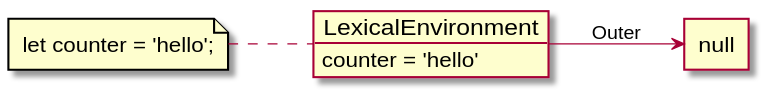
Before: static/svg/LexicalEnvironmentDeclaration.svg, a diagram exported from PlantUML (znanjie/rerurn-true-to-win). Its diagram source:
```plantuml
@startuml LexicalEnvironmentDeclaration
skinparam {
    FileFontSize 14
    ObjectAttributeFontSize 14
    ObjectFontSize 16
}
agent agent [
    null
]
file counter [
    let counter = 'hello';
]
object LexicalEnvironment
LexicalEnvironment : counter = 'hello'

left to right direction
counter .. LexicalEnvironment
LexicalEnvironment --> agent: Outer
@enduml
```
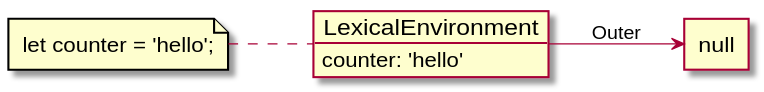
The same diagram one commit later.

The edit, as a diff of the source:
```diff
@@ -11,7 +11,7 @@
     let counter = 'hello';
 ]
 object LexicalEnvironment
-LexicalEnvironment : counter = 'hello'
+LexicalEnvironment : counter: 'hello'
 
 left to right direction
 counter .. LexicalEnvironment
```
